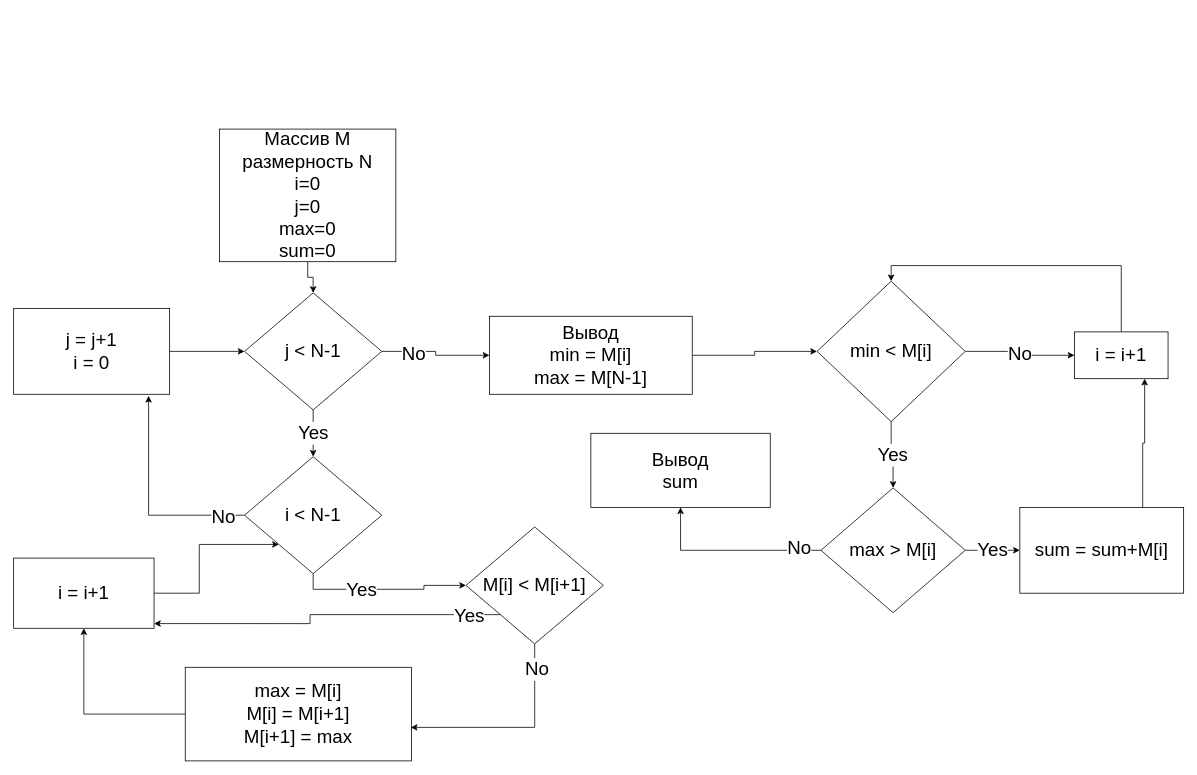
Lego944/GB keeps this draw.io diagram as Задание 3**. Сумма между мин макс.drawio. Above is the earlier version. Source tidied: cells renumbered, new cells numbered last; positions are measured from the earlier drawing's top-left corner, leaving out a move shared by most shapes. Both pictures are drawn from the tidied source at 78%, with x=0, y=0 at pixel (13, 129).
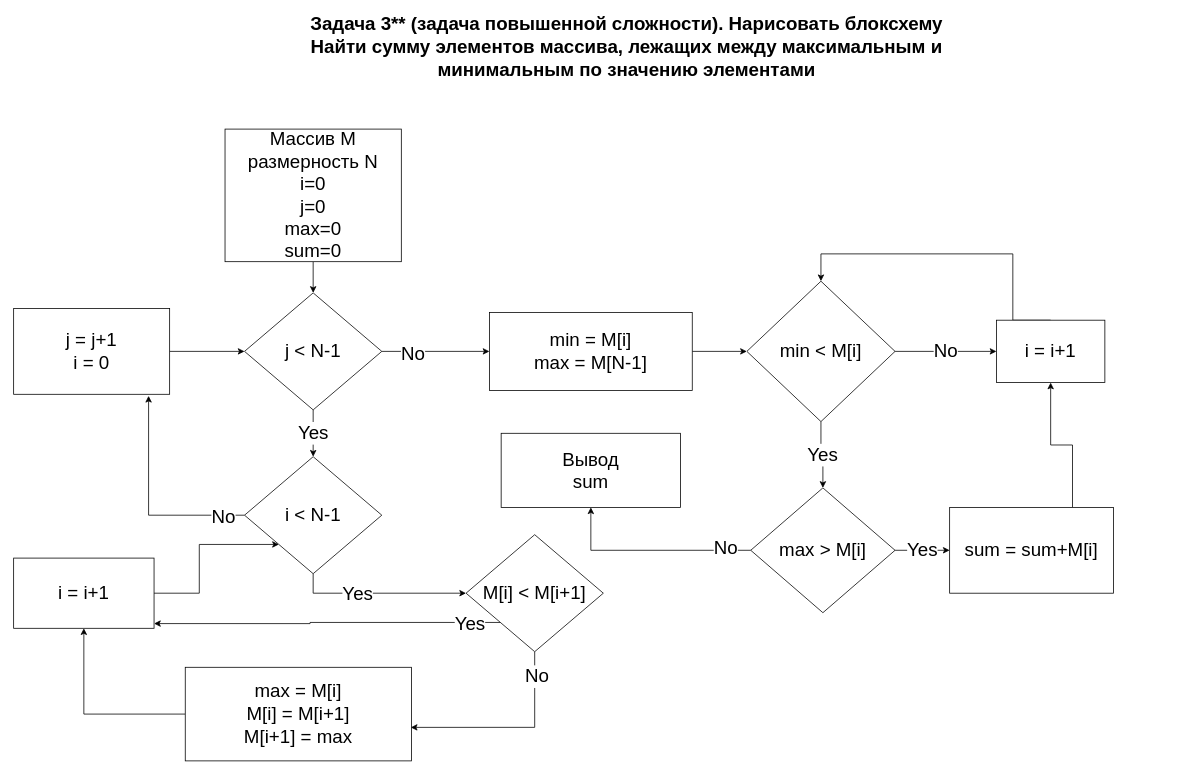
After the change.

What changed in the source:
```diff
@@
     <mxCell id="3" value="&lt;font style=&quot;font-size: 24px;&quot;&gt;Массив M&lt;br&gt;размерность N&lt;br&gt;i=0&lt;br&gt;j=0&lt;br&gt;max=0&lt;br&gt;sum=0&lt;br&gt;&lt;/font&gt;" style="rounded=0;whiteSpace=wrap;html=1;" parent="1" vertex="1">
-      <mxGeometry x="264" width="226" height="170" as="geometry" />
+      <mxGeometry x="271" width="226" height="170" as="geometry" />
     </mxCell>
@@
-    <mxCell id="9" value="Вывод&lt;br&gt;min = M[i]&lt;br&gt;max = M[N-1]" style="rounded=0;whiteSpace=wrap;html=1;fontSize=24;" parent="1" vertex="1">
-      <mxGeometry x="610" y="240" width="260" height="100" as="geometry" />
+    <mxCell id="9" value="min = M[i]&lt;br&gt;max = M[N-1]" style="rounded=0;whiteSpace=wrap;html=1;fontSize=24;" parent="1" vertex="1">
+      <mxGeometry x="610" y="235" width="260" height="100" as="geometry" />
     </mxCell>
@@
     <mxCell id="19" value="M[i] &amp;lt; M[i+1]" style="rhombus;whiteSpace=wrap;html=1;fontSize=24;" parent="1" vertex="1">
-      <mxGeometry x="580" y="510" width="176" height="150" as="geometry" />
+      <mxGeometry x="580" y="520" width="176" height="150" as="geometry" />
     </mxCell>
@@
     <mxCell id="28" value="min &amp;lt; M[i]" style="rhombus;whiteSpace=wrap;html=1;fontSize=24;" parent="1" vertex="1">
-      <mxGeometry x="1030" y="195" width="190" height="180" as="geometry" />
+      <mxGeometry x="940" y="195" width="190" height="180" as="geometry" />
     </mxCell>
     <mxCell id="29" style="edgeStyle=orthogonalEdgeStyle;rounded=0;jettySize=auto;html=1;exitX=0.5;exitY=0;exitDx=0;exitDy=0;entryX=0.5;entryY=0;entryDx=0;entryDy=0;fontSize=24;" parent="1" edge="1" source="30" target="28">
-      <mxGeometry relative="1" as="geometry" />
+      <mxGeometry relative="1" as="geometry">
+        <Array as="points">
+          <mxPoint x="1281" y="160" />
+          <mxPoint x="1035" y="160" />
+        </Array>
+      </mxGeometry>
     </mxCell>
     <mxCell id="30" value="i = i+1" style="rounded=0;whiteSpace=wrap;html=1;fontSize=24;" parent="1" vertex="1">
-      <mxGeometry x="1360" y="260" width="120" height="60" as="geometry" />
+      <mxGeometry x="1260" y="245" width="139" height="80" as="geometry" />
     </mxCell>
@@
     <mxCell id="34" value="max &amp;gt; M[i]" style="rhombus;whiteSpace=wrap;html=1;fontSize=24;" parent="1" vertex="1">
-      <mxGeometry x="1035" y="460" width="185" height="160" as="geometry" />
+      <mxGeometry x="945" y="460" width="185" height="160" as="geometry" />
     </mxCell>
     <mxCell id="35" value="Вывод&lt;br&gt;sum" style="rounded=0;whiteSpace=wrap;html=1;fontSize=24;" parent="1" vertex="1">
-      <mxGeometry x="740" y="390" width="230" height="95" as="geometry" />
+      <mxGeometry x="625" y="390" width="230" height="95" as="geometry" />
     </mxCell>
-    <mxCell id="36" style="edgeStyle=orthogonalEdgeStyle;rounded=0;jettySize=auto;html=1;exitX=0.75;exitY=0;exitDx=0;exitDy=0;entryX=0.75;entryY=1;entryDx=0;entryDy=0;fontSize=24;" parent="1" edge="1" source="37" target="30">
+    <mxCell id="36" style="edgeStyle=orthogonalEdgeStyle;rounded=0;jettySize=auto;html=1;exitX=0.75;exitY=0;exitDx=0;exitDy=0;entryX=0.5;entryY=1;entryDx=0;entryDy=0;fontSize=24;" parent="1" edge="1" source="37" target="30">
       <mxGeometry relative="1" as="geometry" />
     </mxCell>
     <mxCell id="37" value="sum = sum+M[i]" style="rounded=0;whiteSpace=wrap;html=1;fontSize=24;" parent="1" vertex="1">
-      <mxGeometry x="1290" y="485" width="210" height="110" as="geometry" />
+      <mxGeometry x="1200" y="485" width="210" height="110" as="geometry" />
     </mxCell>
+    <mxCell id="38" value="&lt;b&gt;Задача 3** (задача повышенной сложности). Нарисовать блоксхему&lt;br/&gt;Найти сумму элементов массива, лежащих между максимальным и&lt;br/&gt;минимальным по значению элементами&lt;/b&gt;" style="text;html=1;strokeColor=none;fillColor=none;align=center;verticalAlign=middle;whiteSpace=wrap;rounded=0;fontSize=24;" parent="1" vertex="1">
+      <mxGeometry x="361" y="-120" width="850" height="30" as="geometry" />
+    </mxCell>
```
